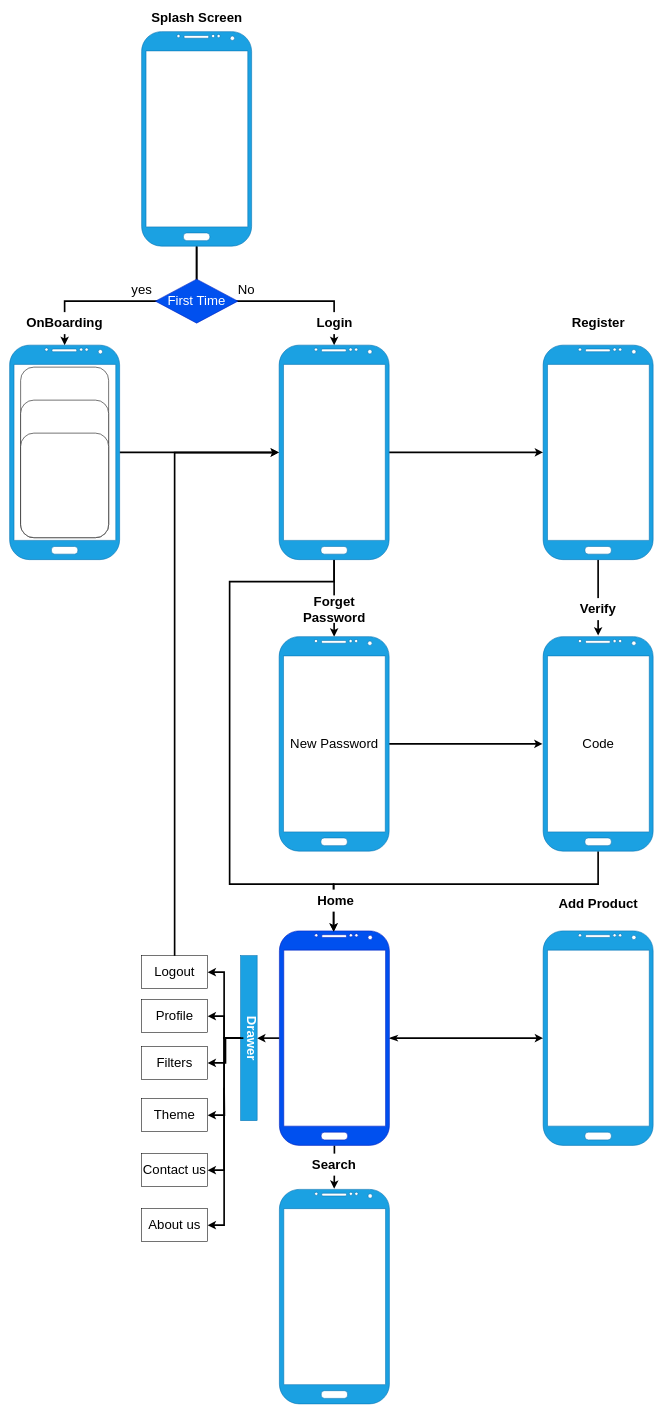
nezarab404/PL_project keeps this draw.io diagram as project.drawio. Above is the earlier version. Source tidied: cells renumbered, new cells numbered last; positions are measured from the earlier drawing's top-left corner, leaving out a move shared by most shapes. Both pictures are drawn from the tidied source at 55%, with x=0, y=0 at pixel (9, 9).
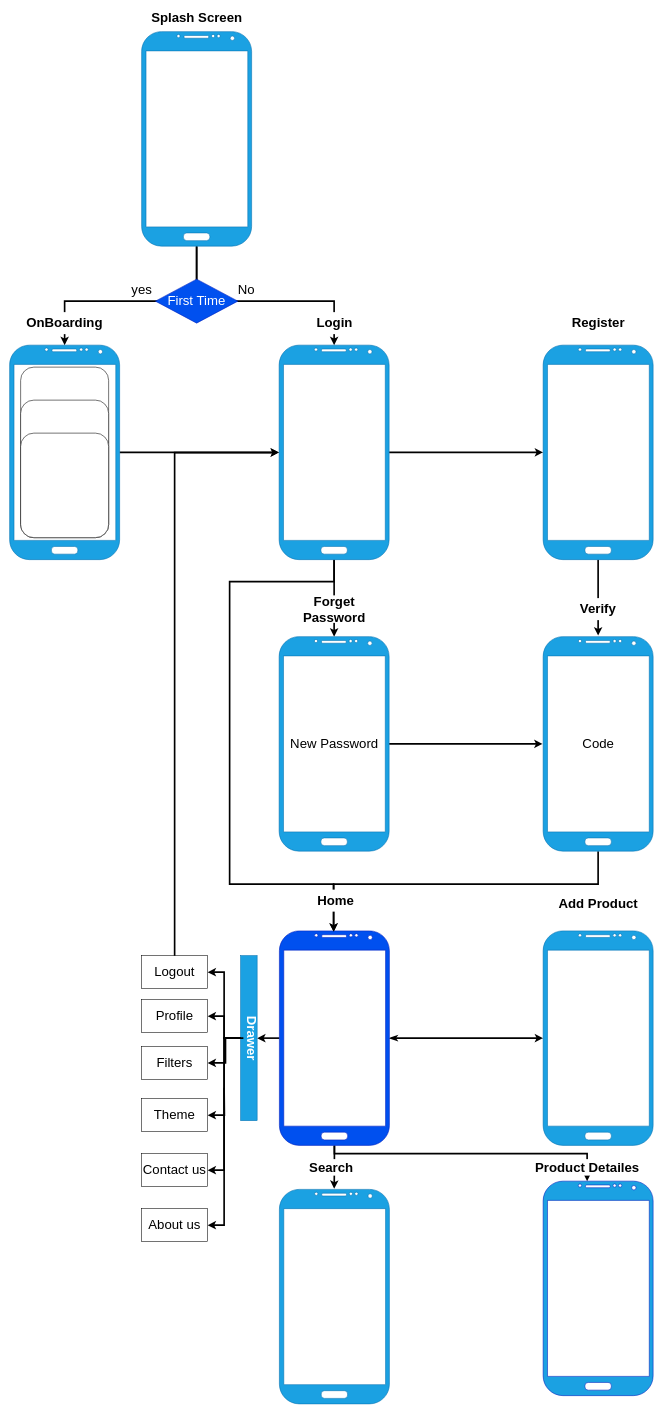
The same page after the edit.

Commit message:
adding product detailes frame

Unchanged cells that the change refers to:
```xml
<mxCell id="19" style="verticalLabelPosition=bottom;verticalAlign=top;html=1;shadow=0;dashed=0;strokeWidth=1;shape=mxgraph.android.phone2;strokeColor=#001DBC;fillColor=#0050ef;fontColor=#ffffff;rounded=0;" parent="1" vertex="1">
  <mxGeometry x="490.5" y="1675" width="200" height="390" as="geometry" />
</mxCell>
```

Change to the diagram source:
```diff
@@
+    <mxCell id="55" style="edgeStyle=orthogonalEdgeStyle;rounded=0;jettySize=auto;html=1;strokeWidth=3;" parent="1" edge="1" source="19" target="56">
+      <mxGeometry relative="1" as="geometry">
+        <Array as="points">
+          <mxPoint x="591" y="2080" />
+          <mxPoint x="1050" y="2080" />
+        </Array>
+      </mxGeometry>
+    </mxCell>
@@
     <mxCell id="42" value="&lt;b&gt;Search&lt;/b&gt;" style="whiteSpace=wrap;html=1;fontSize=24;strokeColor=none;rounded=0;" parent="1" vertex="1">
-      <mxGeometry x="530" y="2080" width="120" height="40" as="geometry" />
+      <mxGeometry x="530" y="2090" width="110" height="30" as="geometry" />
     </mxCell>
@@
+    <mxCell id="56" style="verticalLabelPosition=bottom;verticalAlign=top;html=1;shadow=0;dashed=0;strokeWidth=1;shape=mxgraph.android.phone2;strokeColor=#001DBC;fillColor=#1BA1E2;fontColor=#ffffff;rounded=0;" parent="1" vertex="1">
+      <mxGeometry x="970" y="2130" width="200" height="390" as="geometry" />
+    </mxCell>
+    <mxCell id="57" value="&lt;b&gt;Product Detailes&lt;br&gt;&lt;/b&gt;" style="whiteSpace=wrap;html=1;fontSize=24;strokeColor=none;rounded=0;" parent="1" vertex="1">
+      <mxGeometry x="942.5" y="2090" width="215" height="30" as="geometry" />
+    </mxCell>
```
